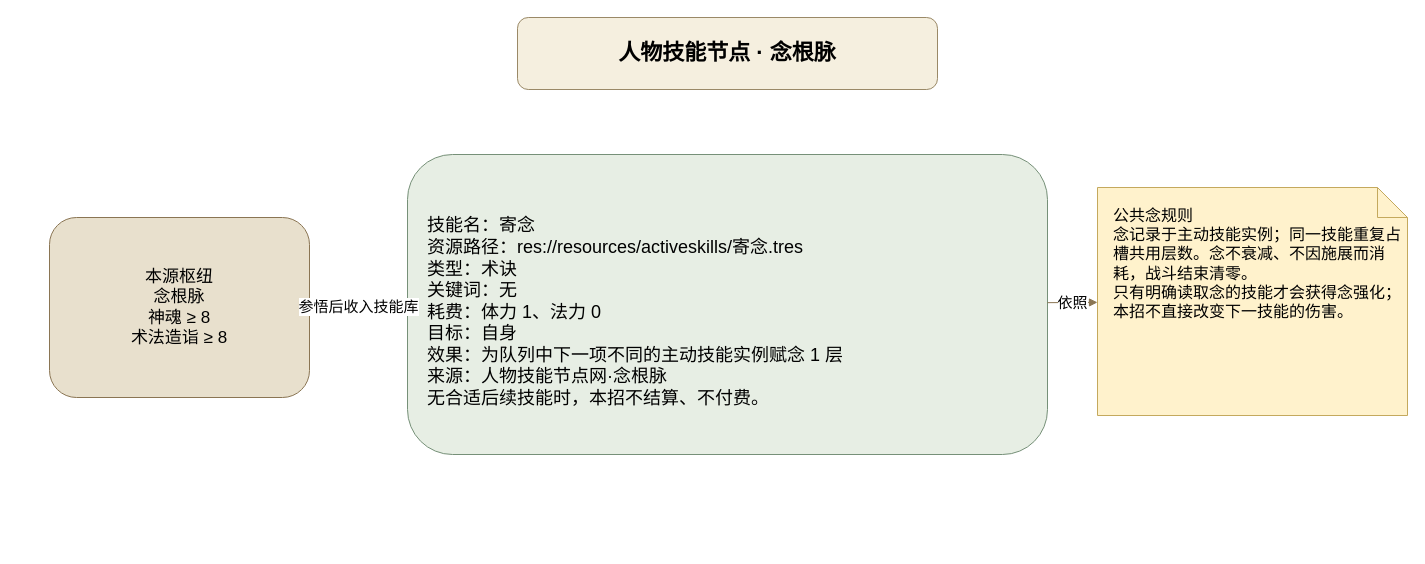
Before: page "寄念" (1 of 2) of docs/卡牌词典/基础技能节点/寄念.drawio in ankundanetracyc-spec/tian-guan-you-du, a draw.io diagram. Source tidied: cells renumbered, new cells numbered last; positions are measured from the earlier drawing's top-left corner, leaving out a move shared by most shapes. Both pictures are drawn from the tidied source at 100%, with x=0, y=0 at pixel (49, 17).
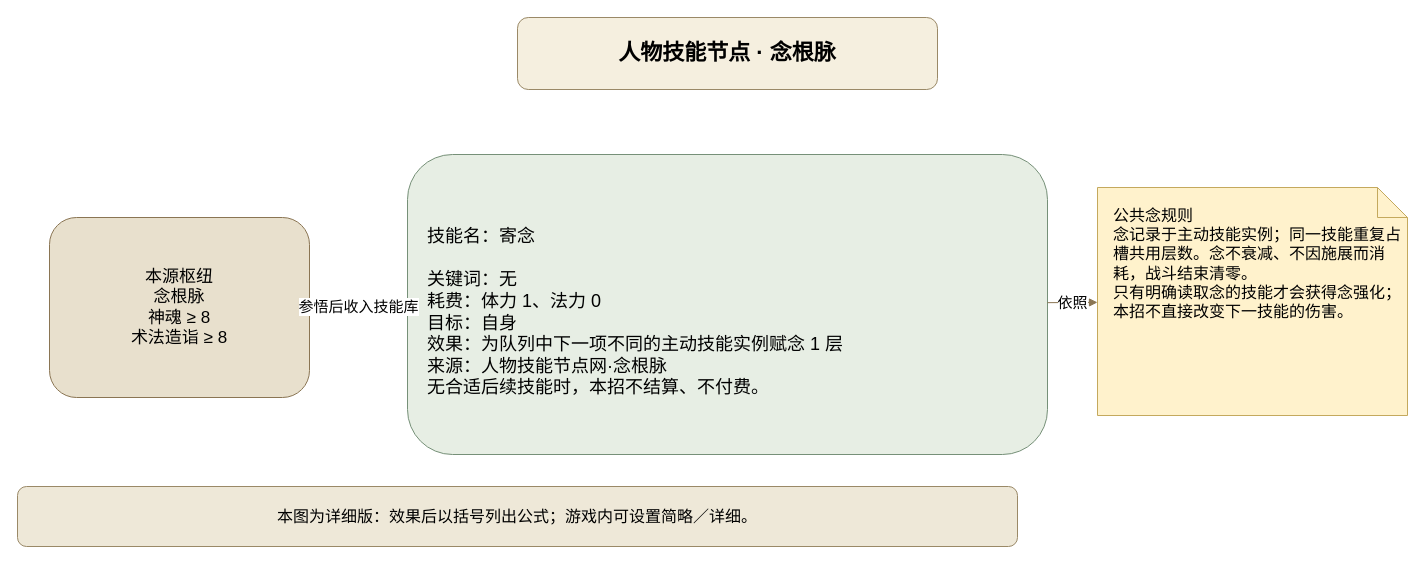
The same page after the edit.

What changed in the source:
```diff
@@
 <mxGraphModel>
   <root>
     <mxCell id="0" />
     <mxCell id="1" parent="0" />
     <mxCell id="2" value="人物技能节点 · 念根脉" style="rounded=1;whiteSpace=wrap;html=1;fillColor=#f5efdf;strokeColor=#9a8967;fontSize=22;fontStyle=1;" parent="1" vertex="1">
       <mxGeometry x="468" width="420" height="72" as="geometry" />
     </mxCell>
     <mxCell id="3" value="本源枢纽&#10;念根脉&#10;神魂 ≥ 8&#10;术法造诣 ≥ 8" style="rounded=1;whiteSpace=wrap;html=1;fillColor=#e8e0cd;strokeColor=#8a7553;fontSize=17;" parent="1" vertex="1">
       <mxGeometry y="200" width="260" height="180" as="geometry" />
     </mxCell>
-    <mxCell id="4" value="技能名：寄念&#10;资源路径：res://resources/activeskills/寄念.tres&#10;类型：术诀&#10;关键词：无&#10;耗费：体力 1、法力 0&#10;目标：自身&#10;效果：为队列中下一项不同的主动技能实例赋念 1 层&#10;来源：人物技能节点网·念根脉&#10;无合适后续技能时，本招不结算、不付费。" style="rounded=1;whiteSpace=wrap;html=1;fillColor=#e7eee4;strokeColor=#769078;fontSize=18;align=left;spacingLeft=18;spacingTop=16;" parent="1" vertex="1">
+    <mxCell id="4" value="技能名：寄念&#10;&#10;关键词：无&#10;耗费：体力 1、法力 0&#10;目标：自身&#10;效果：为队列中下一项不同的主动技能实例赋念 1 层&#10;来源：人物技能节点网·念根脉&#10;无合适后续技能时，本招不结算、不付费。" style="rounded=1;whiteSpace=wrap;html=1;fillColor=#e7eee4;strokeColor=#769078;fontSize=18;align=left;spacingLeft=18;spacingTop=16;" parent="1" vertex="1">
       <mxGeometry x="358" y="137" width="640" height="300" as="geometry" />
     </mxCell>
     <mxCell id="5" value="公共念规则&#10;念记录于主动技能实例；同一技能重复占槽共用层数。念不衰减、不因施展而消耗，战斗结束清零。&#10;只有明确读取念的技能才会获得念强化；本招不直接改变下一技能的伤害。" style="shape=note;whiteSpace=wrap;html=1;fillColor=#fff2cc;strokeColor=#c4a95d;fontSize=16;align=left;verticalAlign=top;spacingLeft=14;spacingTop=12;" parent="1" vertex="1">
       <mxGeometry x="1048" y="170" width="310" height="228" as="geometry" />
     </mxCell>
     <mxCell id="6" value="参悟后收入技能库" style="endArrow=block;html=1;strokeColor=#8a7553;fontSize=15;" parent="1" edge="1" source="3" target="4">
       <mxGeometry relative="1" as="geometry" />
     </mxCell>
     <mxCell id="7" value="依照" style="endArrow=block;html=1;strokeColor=#8a7553;fontSize=15;" parent="1" edge="1" source="4" target="5">
       <mxGeometry relative="1" as="geometry" />
     </mxCell>
+    <mxCell id="8" value="本图为详细版：效果后以括号列出公式；游戏内可设置简略／详细。" style="rounded=1;whiteSpace=wrap;html=1;fillColor=#eee8d8;strokeColor=#9a8967;fontSize=16;" parent="1" vertex="1">
+      <mxGeometry x="-32" y="469" width="1000" height="60" as="geometry" />
+    </mxCell>
   </root>
 </mxGraphModel>
```
